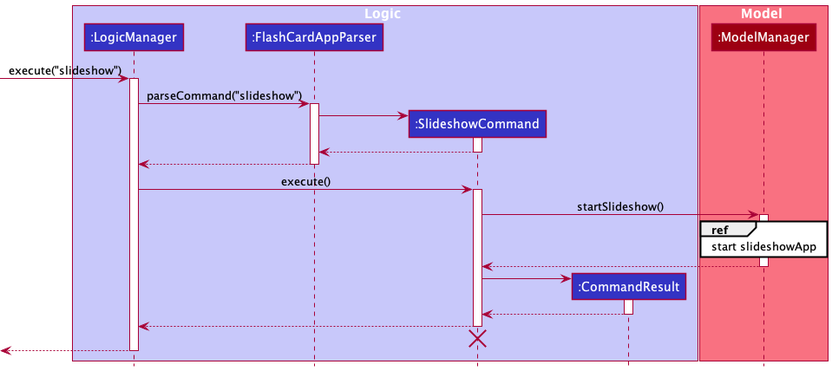
The PlantUML diagram docs/images/SlideshowSequenceDiagram.png in sharmainec/tp, before a commit.
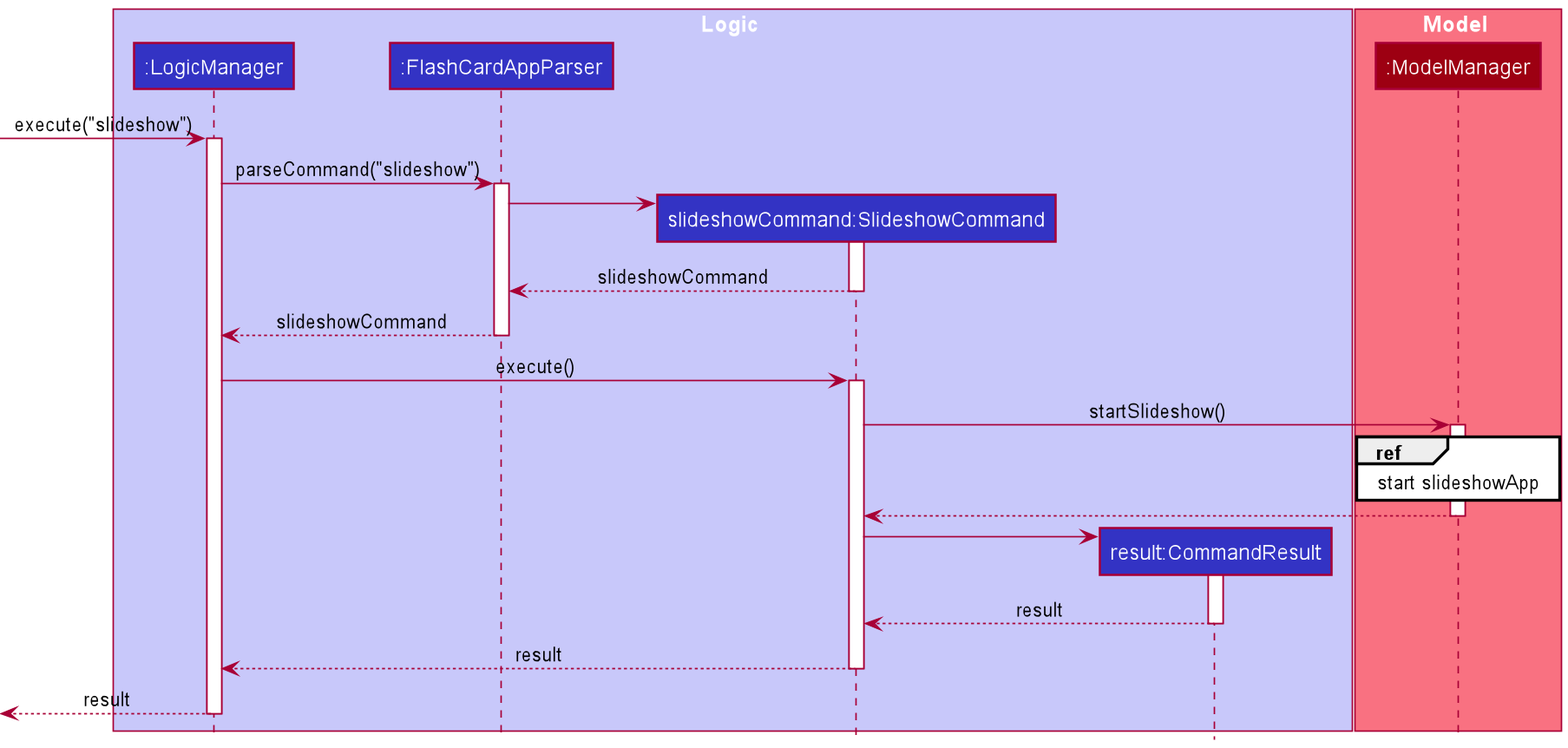
After the change.

The edit, as a diff of the source:
```diff
@@ -4,8 +4,8 @@
 box Logic LOGIC_COLOR_T1
 participant ":LogicManager" as LogicManager LOGIC_COLOR
 participant ":FlashCardAppParser" as FlashCardAppParser LOGIC_COLOR
-participant ":SlideshowCommand" as SlideshowCommand LOGIC_COLOR
-participant ":CommandResult" as CommandResult LOGIC_COLOR
+participant "slideshowCommand:SlideshowCommand" as SlideshowCommand LOGIC_COLOR
+participant "result:CommandResult" as CommandResult LOGIC_COLOR
 end box
 
 box Model MODEL_COLOR_T1
@@ -22,10 +22,10 @@
 FlashCardAppParser -> SlideshowCommand
 activate SlideshowCommand
 
-FlashCardAppParser <-- SlideshowCommand
+FlashCardAppParser <-- SlideshowCommand:slideshowCommand
 deactivate SlideshowCommand
 
-LogicManager <-- FlashCardAppParser
+LogicManager <-- FlashCardAppParser:slideshowCommand
 deactivate FlashCardAppParser
 
 LogicManager -> SlideshowCommand : execute()
@@ -45,14 +45,12 @@
 SlideshowCommand -> CommandResult
 activate CommandResult
 
-SlideshowCommand <-- CommandResult
+SlideshowCommand <-- CommandResult:result
 deactivate CommandResult
 
-LogicManager <-- SlideshowCommand
+LogicManager <-- SlideshowCommand:result
 deactivate SlideshowCommand
-LogicManager <-[hidden]- SlideshowCommand
-destroy SlideshowCommand
 
-[<-- LogicManager
+[<-- LogicManager:result
 deactivate LogicManager
 @enduml
```
